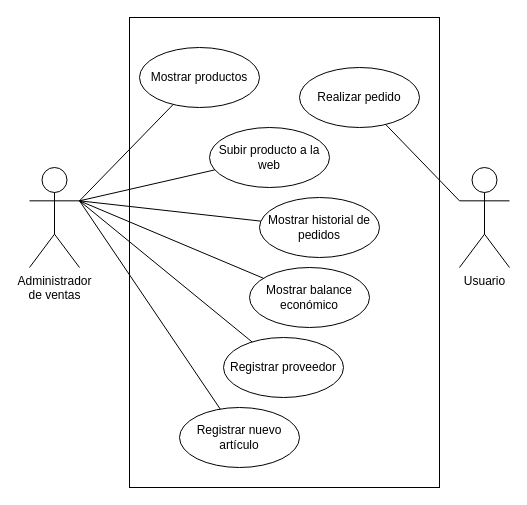
Above: page "CU2" (3 of 4) of Recursos/Arquitectura lógica y CU.drawio in Jesusjbs/clinicaDental-ir (draw.io), before the change. Source tidied: cells renumbered, new cells numbered last; positions are measured from the earlier drawing's top-left corner, leaving out a move shared by most shapes. Both pictures are drawn from the tidied source at 100%, with x=0, y=0 at pixel (29, 17).
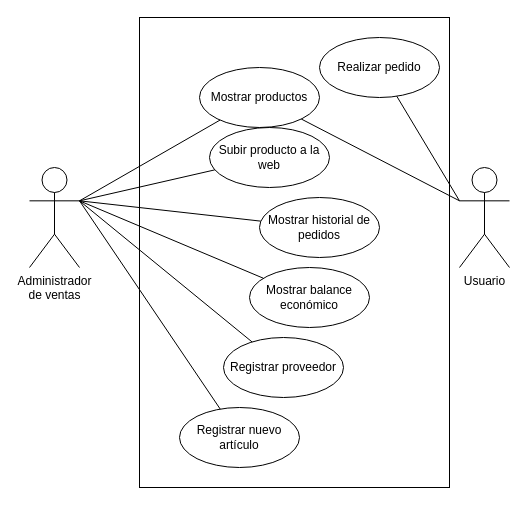
Above is the later version.

The edit, as a diff of the source:
```diff
@@
 <mxGraphModel>
   <root>
     <mxCell id="0" />
     <mxCell id="1" parent="0" />
     <mxCell id="2" value="Administrador &lt;br&gt;de ventas" style="shape=umlActor;verticalLabelPosition=bottom;verticalAlign=top;html=1;outlineConnect=0;shadow=0;sketch=0;fillColor=none;gradientColor=none;" parent="1" vertex="1">
       <mxGeometry y="150" width="50" height="100" as="geometry" />
     </mxCell>
     <mxCell id="3" value="Realizar pedido" style="ellipse;whiteSpace=wrap;html=1;shadow=0;sketch=0;fillColor=none;gradientColor=none;" parent="1" vertex="1">
-      <mxGeometry x="270" y="50" width="120" height="60" as="geometry" />
+      <mxGeometry x="290" y="20" width="120" height="60" as="geometry" />
     </mxCell>
     <mxCell id="4" style="edgeStyle=none;rounded=0;jettySize=auto;html=1;entryX=1;entryY=0.3333333333333333;entryDx=0;entryDy=0;entryPerimeter=0;startArrow=none;startFill=0;endArrow=none;endFill=0;" parent="1" edge="1" source="5" target="2">
       <mxGeometry relative="1" as="geometry" />
     </mxCell>
     <mxCell id="5" value="Mostrar productos" style="ellipse;whiteSpace=wrap;html=1;shadow=0;sketch=0;fillColor=none;gradientColor=none;" parent="1" vertex="1">
-      <mxGeometry x="110" y="30" width="120" height="60" as="geometry" />
+      <mxGeometry x="170" y="50" width="120" height="60" as="geometry" />
     </mxCell>
     <mxCell id="6" style="edgeStyle=none;rounded=0;jettySize=auto;html=1;entryX=1;entryY=0.3333333333333333;entryDx=0;entryDy=0;entryPerimeter=0;startArrow=none;startFill=0;endArrow=none;endFill=0;" parent="1" edge="1" source="7" target="2">
       <mxGeometry relative="1" as="geometry" />
     </mxCell>
     <mxCell id="7" value="Subir producto a la web" style="ellipse;whiteSpace=wrap;html=1;shadow=0;sketch=0;fillColor=none;gradientColor=none;" parent="1" vertex="1">
       <mxGeometry x="180" y="110" width="120" height="60" as="geometry" />
     </mxCell>
     <mxCell id="8" value="Usuario" style="shape=umlActor;verticalLabelPosition=bottom;verticalAlign=top;html=1;outlineConnect=0;shadow=0;sketch=0;fillColor=none;gradientColor=none;" parent="1" vertex="1">
       <mxGeometry x="430" y="150" width="50" height="100" as="geometry" />
     </mxCell>
     <mxCell id="9" style="rounded=0;jettySize=auto;html=1;startArrow=none;startFill=0;endArrow=none;endFill=0;exitX=0;exitY=0.3333333333333333;exitDx=0;exitDy=0;exitPerimeter=0;" parent="1" edge="1" source="8" target="3">
       <mxGeometry relative="1" as="geometry" />
     </mxCell>
     <mxCell id="10" style="edgeStyle=none;rounded=0;jettySize=auto;html=1;entryX=1;entryY=0.3333333333333333;entryDx=0;entryDy=0;entryPerimeter=0;startArrow=none;startFill=0;endArrow=none;endFill=0;" parent="1" edge="1" source="11" target="2">
       <mxGeometry relative="1" as="geometry" />
     </mxCell>
     <mxCell id="11" value="Mostrar historial de pedidos" style="ellipse;whiteSpace=wrap;html=1;shadow=0;sketch=0;fillColor=none;gradientColor=none;" parent="1" vertex="1">
       <mxGeometry x="230" y="180" width="120" height="60" as="geometry" />
     </mxCell>
     <mxCell id="12" style="edgeStyle=none;rounded=0;jettySize=auto;html=1;entryX=1;entryY=0.3333333333333333;entryDx=0;entryDy=0;entryPerimeter=0;startArrow=none;startFill=0;endArrow=none;endFill=0;" parent="1" edge="1" source="13" target="2">
       <mxGeometry relative="1" as="geometry" />
     </mxCell>
     <mxCell id="13" value="Mostrar balance económico" style="ellipse;whiteSpace=wrap;html=1;shadow=0;sketch=0;fillColor=none;gradientColor=none;" parent="1" vertex="1">
       <mxGeometry x="220" y="250" width="120" height="60" as="geometry" />
     </mxCell>
     <mxCell id="14" style="edgeStyle=none;rounded=0;jettySize=auto;html=1;entryX=1;entryY=0.3333333333333333;entryDx=0;entryDy=0;entryPerimeter=0;startArrow=none;startFill=0;endArrow=none;endFill=0;" parent="1" edge="1" source="15" target="2">
       <mxGeometry relative="1" as="geometry" />
     </mxCell>
     <mxCell id="15" value="Registrar proveedor" style="ellipse;whiteSpace=wrap;html=1;shadow=0;sketch=0;fillColor=none;gradientColor=none;" parent="1" vertex="1">
       <mxGeometry x="194" y="320" width="120" height="60" as="geometry" />
     </mxCell>
     <mxCell id="16" style="edgeStyle=none;rounded=0;jettySize=auto;html=1;entryX=1;entryY=0.3333333333333333;entryDx=0;entryDy=0;entryPerimeter=0;startArrow=none;startFill=0;endArrow=none;endFill=0;" parent="1" edge="1" source="17" target="2">
       <mxGeometry relative="1" as="geometry" />
     </mxCell>
     <mxCell id="17" value="Registrar nuevo artículo" style="ellipse;whiteSpace=wrap;html=1;shadow=0;sketch=0;fillColor=none;gradientColor=none;" parent="1" vertex="1">
       <mxGeometry x="150" y="390" width="120" height="60" as="geometry" />
     </mxCell>
     <mxCell id="18" style="rounded=0;whiteSpace=wrap;html=1;shadow=0;sketch=0;fillColor=none;gradientColor=none;" parent="1" vertex="1">
-      <mxGeometry x="100" width="310" height="470" as="geometry" />
+      <mxGeometry x="110" width="310" height="470" as="geometry" />
     </mxCell>
+    <mxCell id="19" style="rounded=0;jettySize=auto;html=1;startArrow=none;startFill=0;endArrow=none;endFill=0;exitX=0;exitY=0.3333333333333333;exitDx=0;exitDy=0;exitPerimeter=0;" parent="1" edge="1" source="8" target="5">
+      <mxGeometry relative="1" as="geometry" />
+    </mxCell>
   </root>
 </mxGraphModel>
```
